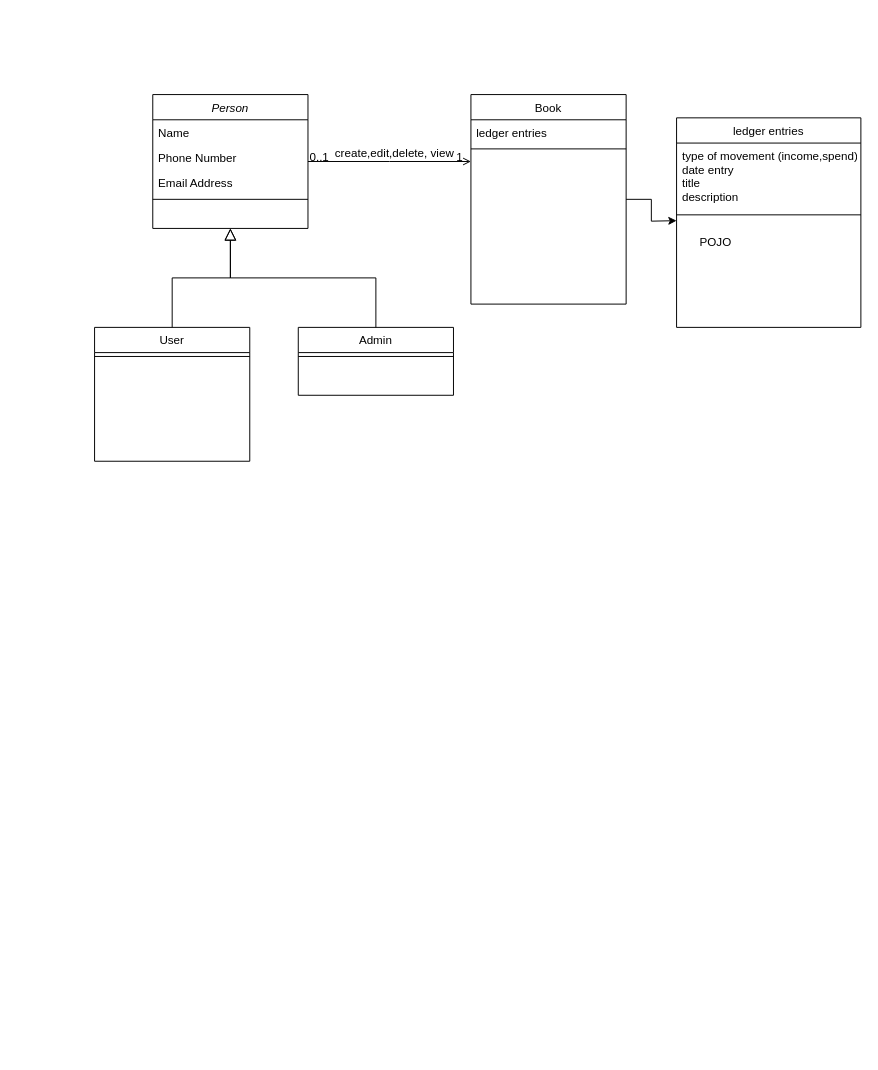
Earlier version of the draw.io diagram Diagram MoneyWise.drawio (Davidongo93/moneyWise). Source tidied: cells renumbered, new cells numbered last; positions are measured from the earlier drawing's top-left corner, leaving out a move shared by most shapes. Both pictures are drawn from the tidied source at 97%, with x=0, y=0 at pixel (94, 94).
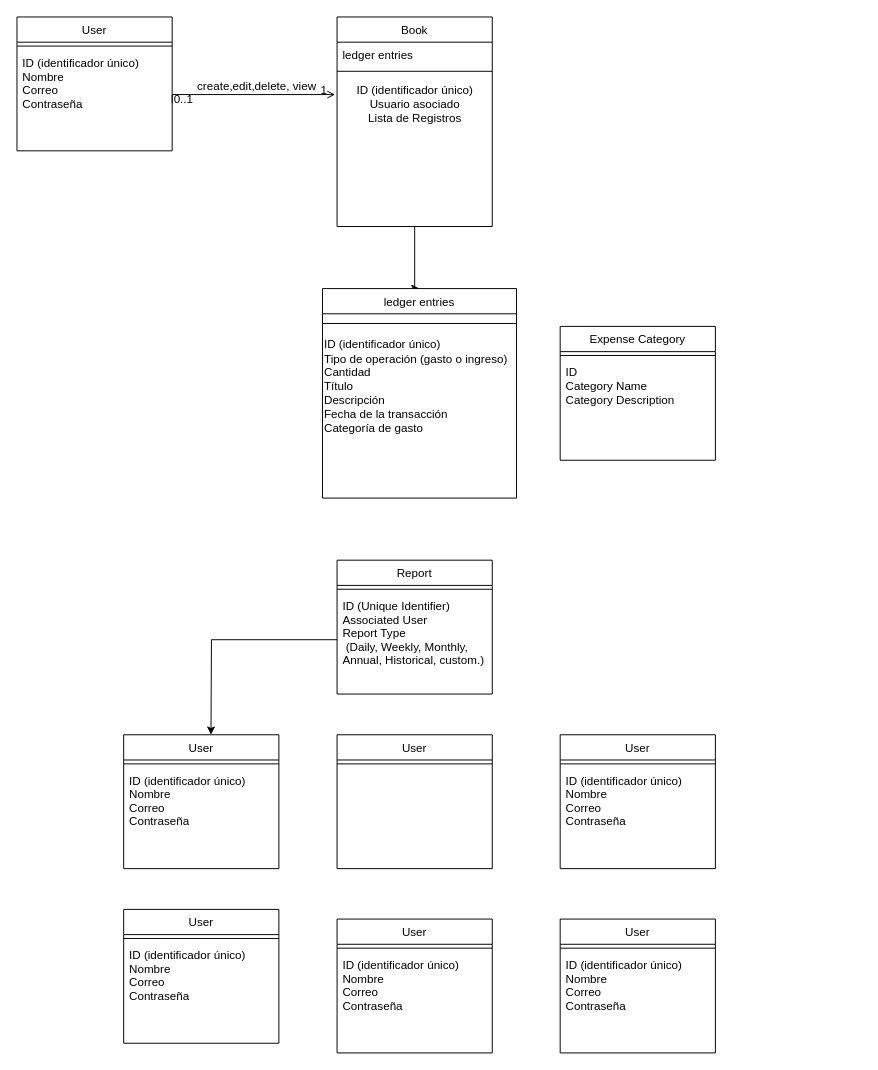
After the change.

The edit, as a diff of the source:
```diff
@@
-    <mxCell id="2" value="Person" style="swimlane;fontStyle=2;align=center;verticalAlign=top;horizontal=1;startSize=26;rounded=0;shadow=0;strokeWidth=1;" parent="1" vertex="1">
-      <mxGeometry x="60" width="160" height="138" as="geometry" />
-    </mxCell>
-    <mxCell id="3" value="Name" style="text;align=left;verticalAlign=top;spacingLeft=4;spacingRight=4;overflow=hidden;" parent="2" vertex="1">
-      <mxGeometry y="26" width="160" height="26" as="geometry" />
-    </mxCell>
-    <mxCell id="4" value="Phone Number" style="text;align=left;verticalAlign=top;spacingLeft=4;spacingRight=4;overflow=hidden;rounded=0;shadow=0;html=0;" parent="2" vertex="1">
-      <mxGeometry y="52" width="160" height="26" as="geometry" />
-    </mxCell>
-    <mxCell id="5" value="Email Address" style="text;align=left;verticalAlign=top;spacingLeft=4;spacingRight=4;overflow=hidden;rounded=0;shadow=0;html=0;" parent="2" vertex="1">
-      <mxGeometry y="78" width="160" height="26" as="geometry" />
-    </mxCell>
-    <mxCell id="6" style="line;html=1;strokeWidth=1;align=left;verticalAlign=middle;spacingTop=-1;spacingLeft=3;spacingRight=3;labelPosition=right;" parent="2" vertex="1">
-      <mxGeometry y="104" width="160" height="8" as="geometry" />
-    </mxCell>
     <mxCell id="7" value="User" style="swimlane;fontStyle=0;align=center;verticalAlign=top;horizontal=1;startSize=26;rounded=0;shadow=0;strokeWidth=1;" parent="1" vertex="1">
-      <mxGeometry y="240" width="160" height="138" as="geometry" />
+      <mxGeometry x="-80" y="-80" width="160" height="138" as="geometry" />
     </mxCell>
@@
-    <mxCell id="9" style="endArrow=block;endSize=10;endFill=0;shadow=0;strokeWidth=1;rounded=0;edgeStyle=elbowEdgeStyle;elbow=vertical;" parent="1" edge="1" source="7" target="2">
-      <mxGeometry relative="1" as="geometry" />
-    </mxCell>
-    <mxCell id="10" value="Admin" style="swimlane;fontStyle=0;align=center;verticalAlign=top;horizontal=1;startSize=26;rounded=0;shadow=0;strokeWidth=1;" parent="1" vertex="1">
-      <mxGeometry x="210" y="240" width="160" height="70" as="geometry" />
-    </mxCell>
-    <mxCell id="11" style="line;html=1;strokeWidth=1;align=left;verticalAlign=middle;spacingTop=-1;spacingLeft=3;spacingRight=3;labelPosition=right;" parent="10" vertex="1">
-      <mxGeometry y="26" width="160" height="8" as="geometry" />
-    </mxCell>
-    <mxCell id="12" style="endArrow=block;endSize=10;endFill=0;shadow=0;strokeWidth=1;rounded=0;edgeStyle=elbowEdgeStyle;elbow=vertical;" parent="1" edge="1" source="10" target="2">
-      <mxGeometry relative="1" as="geometry" />
-    </mxCell>
-    <mxCell id="13" style="edgeStyle=orthogonalEdgeStyle;rounded=0;jettySize=auto;html=1;exitX=1;exitY=0.5;exitDx=0;exitDy=0;" parent="1" edge="1" source="14">
-      <mxGeometry relative="1" as="geometry">
-        <mxPoint x="600" y="130" as="targetPoint" />
-      </mxGeometry>
-    </mxCell>
+    <mxCell id="25" value="ID (identificador único)&#10;Nombre&#10;Correo&#10;Contraseña" style="text;align=left;verticalAlign=top;spacingLeft=4;spacingRight=4;overflow=hidden;rounded=0;shadow=0;html=0;" parent="7" vertex="1">
+      <mxGeometry y="34" width="160" height="96" as="geometry" />
+    </mxCell>
+    <mxCell id="26" style="edgeStyle=orthogonalEdgeStyle;rounded=0;jettySize=auto;html=1;entryX=0.5;entryY=0;entryDx=0;entryDy=0;" parent="1" edge="1" source="14" target="21">
+      <mxGeometry relative="1" as="geometry">
+        <Array as="points">
+          <mxPoint x="330" y="200" />
+        </Array>
+      </mxGeometry>
+    </mxCell>
     <mxCell id="14" value="Book" style="swimlane;fontStyle=0;align=center;verticalAlign=top;horizontal=1;startSize=26;rounded=0;shadow=0;strokeWidth=1;" parent="1" vertex="1">
-      <mxGeometry x="388" width="160" height="216" as="geometry" />
+      <mxGeometry x="250" y="-80" width="160" height="216" as="geometry" />
     </mxCell>
@@
+    <mxCell id="27" value="&lt;div&gt;ID (identificador único)&lt;/div&gt;&lt;div&gt;Usuario asociado&lt;/div&gt;&lt;div&gt;Lista de Registros&lt;/div&gt;" style="text;html=1;align=center;verticalAlign=middle;strokeColor=none;fillColor=none;" parent="14" vertex="1">
+      <mxGeometry y="60" width="160" height="60" as="geometry" />
+    </mxCell>
-    <mxCell id="17" style="endArrow=open;shadow=0;strokeWidth=1;rounded=0;endFill=1;edgeStyle=elbowEdgeStyle;elbow=vertical;" parent="1" edge="1" source="2" target="14">
+    <mxCell id="17" style="endArrow=open;shadow=0;strokeWidth=1;rounded=0;endFill=1;edgeStyle=elbowEdgeStyle;elbow=vertical;" parent="1" edge="1">
       <mxGeometry x="0.5" y="41" relative="1" as="geometry">
+        <mxPoint x="80" y="9" as="sourcePoint" />
+        <mxPoint x="248" as="targetPoint" />
+        <Array as="points">
+          <mxPoint x="80" />
+        </Array>
         <mxPoint x="-40" y="32" as="offset" />
       </mxGeometry>
     </mxCell>
@@
     <mxCell id="21" value="ledger entries" style="swimlane;fontStyle=0;align=center;verticalAlign=top;horizontal=1;startSize=26;rounded=0;shadow=0;strokeWidth=1;" parent="1" vertex="1">
-      <mxGeometry x="600" y="24" width="190" height="216" as="geometry" />
+      <mxGeometry x="235" y="200" width="200" height="216" as="geometry" />
     </mxCell>
-    <mxCell id="22" value="type of movement (income,spend)&#10;date entry&#10;title&#10;description" style="text;align=left;verticalAlign=top;spacingLeft=4;spacingRight=4;overflow=hidden;" parent="21" vertex="1">
-      <mxGeometry y="26" width="190" height="64" as="geometry" />
-    </mxCell>
     <mxCell id="23" style="line;html=1;strokeWidth=1;align=left;verticalAlign=middle;spacingTop=-1;spacingLeft=3;spacingRight=3;labelPosition=right;" parent="21" vertex="1">
-      <mxGeometry y="90" width="190" height="20" as="geometry" />
+      <mxGeometry y="26" width="200" height="20" as="geometry" />
     </mxCell>
-    <mxCell id="24" value="POJO" style="text;html=1;align=center;verticalAlign=middle;strokeColor=none;fillColor=none;" parent="1" vertex="1">
-      <mxGeometry x="610" y="138" width="60" height="30" as="geometry" />
-    </mxCell>
+    <mxCell id="28" value="&lt;div&gt;ID (identificador único)&lt;/div&gt;&lt;div&gt;Tipo de operación (gasto o ingreso)&lt;/div&gt;&lt;div&gt;Cantidad&lt;/div&gt;&lt;div&gt;Título&lt;/div&gt;&lt;div&gt;Descripción&lt;/div&gt;&lt;div&gt;Fecha de la transacción&lt;/div&gt;&lt;div&gt;Categoría de gasto&lt;/div&gt;" style="text;html=1;align=left;verticalAlign=middle;strokeColor=none;fillColor=none;" parent="21" vertex="1">
+      <mxGeometry y="46" width="200" height="110" as="geometry" />
+    </mxCell>
+    <mxCell id="29" value="Expense Category" style="swimlane;fontStyle=0;align=center;verticalAlign=top;horizontal=1;startSize=26;rounded=0;shadow=0;strokeWidth=1;" parent="1" vertex="1">
+      <mxGeometry x="480" y="239" width="160" height="138" as="geometry" />
+    </mxCell>
+    <mxCell id="30" style="line;html=1;strokeWidth=1;align=left;verticalAlign=middle;spacingTop=-1;spacingLeft=3;spacingRight=3;labelPosition=right;" parent="29" vertex="1">
+      <mxGeometry y="26" width="160" height="8" as="geometry" />
+    </mxCell>
+    <mxCell id="31" value="ID &#10;Category Name&#10;Category Description" style="text;align=left;verticalAlign=top;spacingLeft=4;spacingRight=4;overflow=hidden;rounded=0;shadow=0;html=0;" parent="29" vertex="1">
+      <mxGeometry y="34" width="160" height="96" as="geometry" />
+    </mxCell>
+    <mxCell id="32" value="Report" style="swimlane;fontStyle=0;align=center;verticalAlign=top;horizontal=1;startSize=26;rounded=0;shadow=0;strokeWidth=1;" parent="1" vertex="1">
+      <mxGeometry x="250" y="480" width="160" height="138" as="geometry" />
+    </mxCell>
+    <mxCell id="33" style="line;html=1;strokeWidth=1;align=left;verticalAlign=middle;spacingTop=-1;spacingLeft=3;spacingRight=3;labelPosition=right;" parent="32" vertex="1">
+      <mxGeometry y="26" width="160" height="8" as="geometry" />
+    </mxCell>
+    <mxCell id="34" style="edgeStyle=orthogonalEdgeStyle;rounded=0;jettySize=auto;html=1;" parent="32" edge="1" source="35">
+      <mxGeometry relative="1" as="geometry">
+        <mxPoint x="-130" y="180" as="targetPoint" />
+      </mxGeometry>
+    </mxCell>
+    <mxCell id="35" value="ID (Unique Identifier)&#10;Associated User&#10;Report Type&#10; (Daily, Weekly, Monthly, &#10;Annual, Historical, custom.)&#10;" style="text;align=left;verticalAlign=top;spacingLeft=4;spacingRight=4;overflow=hidden;points=[[0,0.5],[1,0.5]];portConstraint=eastwest;rounded=0;shadow=0;html=0;" parent="32" vertex="1">
+      <mxGeometry y="34" width="160" height="96" as="geometry" />
+    </mxCell>
+    <mxCell id="36" value="User" style="swimlane;fontStyle=0;align=center;verticalAlign=top;horizontal=1;startSize=26;rounded=0;shadow=0;strokeWidth=1;" parent="1" vertex="1">
+      <mxGeometry x="30" y="660" width="160" height="138" as="geometry" />
+    </mxCell>
+    <mxCell id="37" style="line;html=1;strokeWidth=1;align=left;verticalAlign=middle;spacingTop=-1;spacingLeft=3;spacingRight=3;labelPosition=right;" parent="36" vertex="1">
+      <mxGeometry y="26" width="160" height="8" as="geometry" />
+    </mxCell>
+    <mxCell id="38" value="ID (identificador único)&#10;Nombre&#10;Correo&#10;Contraseña" style="text;align=left;verticalAlign=top;spacingLeft=4;spacingRight=4;overflow=hidden;rounded=0;shadow=0;html=0;" parent="36" vertex="1">
+      <mxGeometry y="34" width="160" height="96" as="geometry" />
+    </mxCell>
+    <mxCell id="39" value="User" style="swimlane;fontStyle=0;align=center;verticalAlign=top;horizontal=1;startSize=26;rounded=0;shadow=0;strokeWidth=1;" parent="1" vertex="1">
+      <mxGeometry x="250" y="660" width="160" height="138" as="geometry" />
+    </mxCell>
+    <mxCell id="40" style="line;html=1;strokeWidth=1;align=left;verticalAlign=middle;spacingTop=-1;spacingLeft=3;spacingRight=3;labelPosition=right;" parent="39" vertex="1">
+      <mxGeometry y="26" width="160" height="8" as="geometry" />
+    </mxCell>
+    <mxCell id="41" value="User" style="swimlane;fontStyle=0;align=center;verticalAlign=top;horizontal=1;startSize=26;rounded=0;shadow=0;strokeWidth=1;" parent="1" vertex="1">
+      <mxGeometry x="480" y="660" width="160" height="138" as="geometry" />
+    </mxCell>
+    <mxCell id="42" style="line;html=1;strokeWidth=1;align=left;verticalAlign=middle;spacingTop=-1;spacingLeft=3;spacingRight=3;labelPosition=right;" parent="41" vertex="1">
+      <mxGeometry y="26" width="160" height="8" as="geometry" />
+    </mxCell>
+    <mxCell id="43" value="ID (identificador único)&#10;Nombre&#10;Correo&#10;Contraseña" style="text;align=left;verticalAlign=top;spacingLeft=4;spacingRight=4;overflow=hidden;rounded=0;shadow=0;html=0;" parent="41" vertex="1">
+      <mxGeometry y="34" width="160" height="96" as="geometry" />
+    </mxCell>
+    <mxCell id="44" value="User" style="swimlane;fontStyle=0;align=center;verticalAlign=top;horizontal=1;startSize=26;rounded=0;shadow=0;strokeWidth=1;" parent="1" vertex="1">
+      <mxGeometry x="30" y="840" width="160" height="138" as="geometry" />
+    </mxCell>
+    <mxCell id="45" style="line;html=1;strokeWidth=1;align=left;verticalAlign=middle;spacingTop=-1;spacingLeft=3;spacingRight=3;labelPosition=right;" parent="44" vertex="1">
+      <mxGeometry y="26" width="160" height="8" as="geometry" />
+    </mxCell>
+    <mxCell id="46" value="ID (identificador único)&#10;Nombre&#10;Correo&#10;Contraseña" style="text;align=left;verticalAlign=top;spacingLeft=4;spacingRight=4;overflow=hidden;rounded=0;shadow=0;html=0;" parent="44" vertex="1">
+      <mxGeometry y="34" width="160" height="96" as="geometry" />
+    </mxCell>
+    <mxCell id="47" value="User" style="swimlane;fontStyle=0;align=center;verticalAlign=top;horizontal=1;startSize=26;rounded=0;shadow=0;strokeWidth=1;" parent="1" vertex="1">
+      <mxGeometry x="250" y="850" width="160" height="138" as="geometry" />
+    </mxCell>
+    <mxCell id="48" style="line;html=1;strokeWidth=1;align=left;verticalAlign=middle;spacingTop=-1;spacingLeft=3;spacingRight=3;labelPosition=right;" parent="47" vertex="1">
+      <mxGeometry y="26" width="160" height="8" as="geometry" />
+    </mxCell>
+    <mxCell id="49" value="ID (identificador único)&#10;Nombre&#10;Correo&#10;Contraseña" style="text;align=left;verticalAlign=top;spacingLeft=4;spacingRight=4;overflow=hidden;rounded=0;shadow=0;html=0;" parent="47" vertex="1">
+      <mxGeometry y="34" width="160" height="96" as="geometry" />
+    </mxCell>
+    <mxCell id="50" value="User" style="swimlane;fontStyle=0;align=center;verticalAlign=top;horizontal=1;startSize=26;rounded=0;shadow=0;strokeWidth=1;" parent="1" vertex="1">
+      <mxGeometry x="480" y="850" width="160" height="138" as="geometry" />
+    </mxCell>
+    <mxCell id="51" style="line;html=1;strokeWidth=1;align=left;verticalAlign=middle;spacingTop=-1;spacingLeft=3;spacingRight=3;labelPosition=right;" parent="50" vertex="1">
+      <mxGeometry y="26" width="160" height="8" as="geometry" />
+    </mxCell>
+    <mxCell id="52" value="ID (identificador único)&#10;Nombre&#10;Correo&#10;Contraseña" style="text;align=left;verticalAlign=top;spacingLeft=4;spacingRight=4;overflow=hidden;rounded=0;shadow=0;html=0;" parent="50" vertex="1">
+      <mxGeometry y="34" width="160" height="96" as="geometry" />
+    </mxCell>
```
